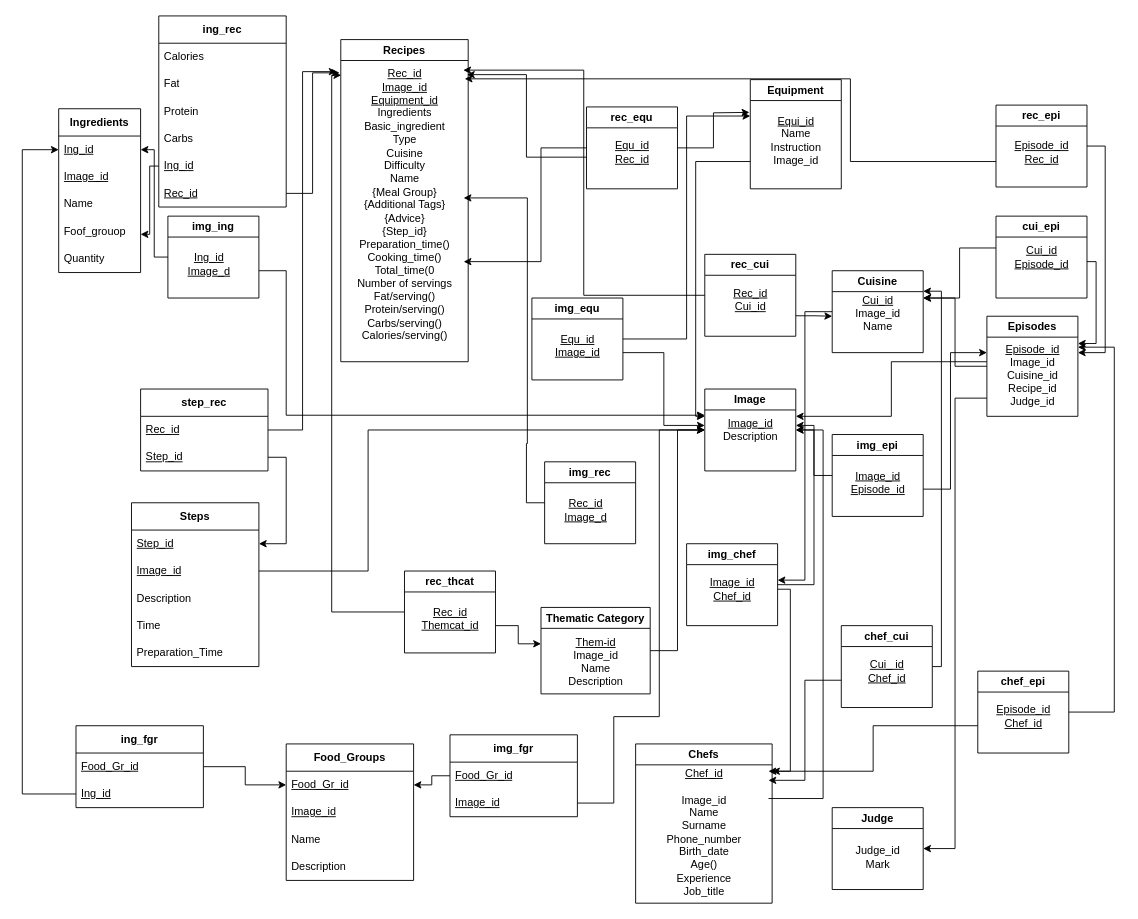
This is Relational Model.drawio from Stavriana/Databases, a draw.io file, before an edit. Source tidied: cells renumbered, new cells numbered last; positions are measured from the earlier drawing's top-left corner, leaving out a move shared by most shapes. Both pictures are drawn from the tidied source at 91%, with x=0, y=0 at pixel (22, 15).
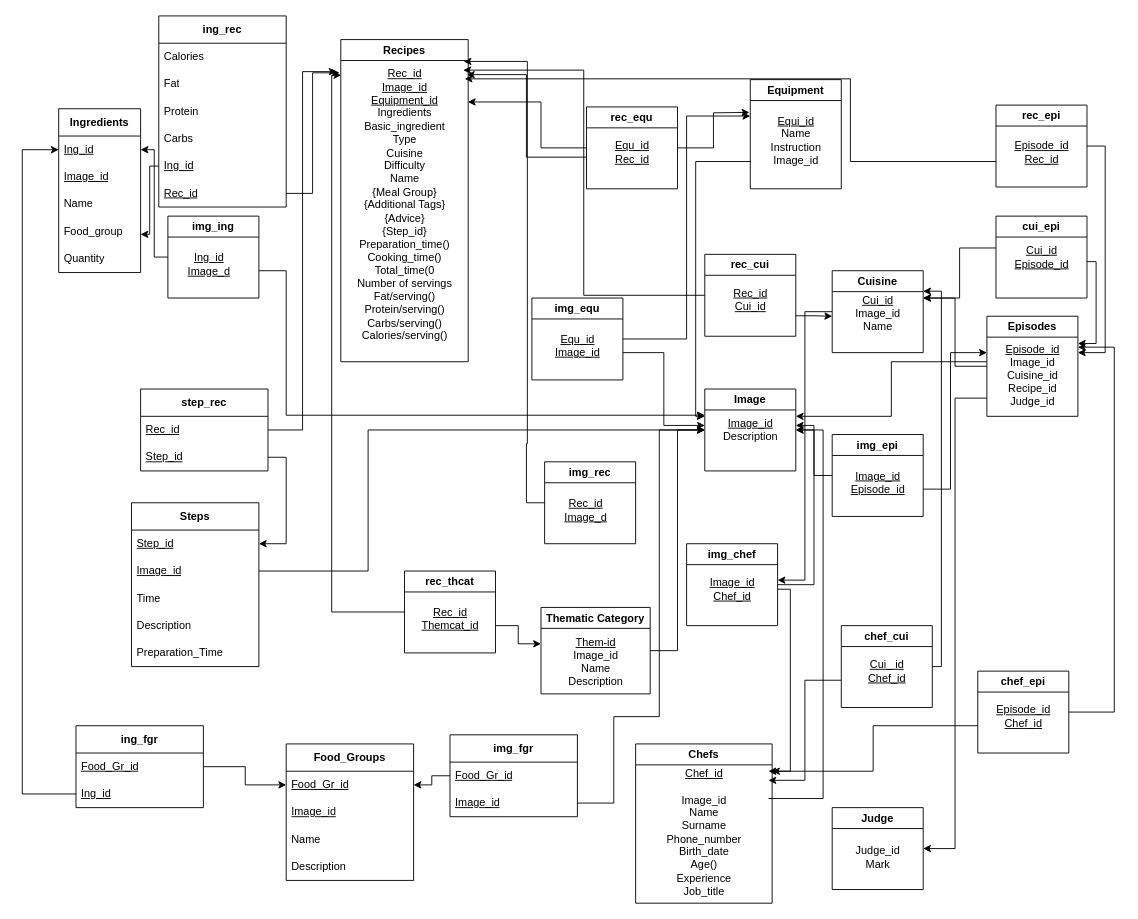
After the change.

Unchanged cells that the change refers to:
```xml
<mxCell id="5" value="rec_equ" style="swimlane;whiteSpace=wrap;html=1;" parent="1" vertex="1">
  <mxGeometry x="620" y="100" width="100" height="90" as="geometry" />
</mxCell>
<mxCell id="26" value="img_rec" style="swimlane;whiteSpace=wrap;html=1;" parent="1" vertex="1">
  <mxGeometry x="574" y="490" width="100" height="90" as="geometry" />
</mxCell>
<mxCell id="65" value="&lt;u&gt;Rec_id&lt;/u&gt;&lt;div&gt;&lt;u&gt;Image_id&lt;/u&gt;&lt;/div&gt;&lt;div&gt;&lt;u&gt;Equipment_id&lt;/u&gt;&lt;/div&gt;&lt;div&gt;Ingredients&lt;/div&gt;&lt;div&gt;Basic_ingredient&lt;/div&gt;&lt;div&gt;Type&lt;/div&gt;&lt;div&gt;Cuisine&lt;/div&gt;&lt;div&gt;Difficulty&lt;/div&gt;&lt;div&gt;Name&lt;/div&gt;&lt;div&gt;{Meal Group}&lt;/div&gt;&lt;div&gt;{Additional Tags}&lt;/div&gt;&lt;div&gt;{Advice}&lt;/div&gt;&lt;div&gt;{Step_id}&lt;/div&gt;&lt;div&gt;Preparation_time()&lt;/div&gt;&lt;div&gt;Cooking_time()&lt;/div&gt;&lt;div&gt;Total_time(0&lt;/div&gt;&lt;div&gt;Number of servings&lt;/div&gt;&lt;div&gt;Fat/serving()&lt;/div&gt;&lt;div&gt;Protein/serving()&lt;/div&gt;&lt;div&gt;Carbs/serving()&lt;/div&gt;&lt;div&gt;Calories/serving()&lt;/div&gt;&lt;div&gt;&lt;br&gt;&lt;/div&gt;" style="text;html=1;align=center;verticalAlign=middle;points=[];strokeColor=none;fillColor=none;" parent="64" vertex="1">
  <mxGeometry x="5" y="24" width="130" height="330" as="geometry" />
</mxCell>
<mxCell id="70" value="&lt;b&gt;Ingredients&lt;/b&gt;" style="swimlane;fontStyle=0;horizontal=1;startSize=30;whiteSpace=wrap;html=1;" parent="1" vertex="1">
  <mxGeometry x="40" y="102" width="90" height="180" as="geometry" />
</mxCell>
<mxCell id="89" value="&lt;b&gt;Steps&lt;/b&gt;" style="swimlane;fontStyle=0;horizontal=1;startSize=30;whiteSpace=wrap;html=1;" parent="1" vertex="1">
  <mxGeometry x="120" y="535" width="140" height="180" as="geometry" />
</mxCell>
```

Diff of the diagram source:
```diff
@@
-    <mxCell id="4" style="edgeStyle=elbowEdgeStyle;rounded=0;jettySize=auto;html=1;" parent="1" edge="1" source="5" target="65">
+    <mxCell id="4" style="edgeStyle=elbowEdgeStyle;rounded=0;jettySize=auto;html=1;entryX=1.036;entryY=0.135;entryDx=0;entryDy=0;entryPerimeter=0;" parent="1" edge="1" source="5" target="65">
       <mxGeometry relative="1" as="geometry">
         <Array as="points">
           <mxPoint x="570" y="270" />
         </Array>
       </mxGeometry>
     </mxCell>
@@
     <mxCell id="25" style="edgeStyle=orthogonalEdgeStyle;rounded=0;jettySize=auto;html=1;exitX=0;exitY=0.5;exitDx=0;exitDy=0;elbow=vertical;" parent="1" edge="1" source="26" target="65">
       <mxGeometry relative="1" as="geometry">
         <Array as="points">
           <mxPoint x="554" y="535" />
           <mxPoint x="554" y="470" />
           <mxPoint x="555" y="470" />
-          <mxPoint x="555" y="200" />
+          <mxPoint x="555" y="50" />
         </Array>
       </mxGeometry>
     </mxCell>
@@
-    <mxCell id="74" value="Foof_grouop" style="text;strokeColor=none;fillColor=none;align=left;verticalAlign=middle;spacingLeft=4;spacingRight=4;overflow=hidden;whiteSpace=wrap;html=1;" parent="70" vertex="1">
+    <mxCell id="74" value="Food_group" style="text;strokeColor=none;fillColor=none;align=left;verticalAlign=middle;spacingLeft=4;spacingRight=4;overflow=hidden;whiteSpace=wrap;html=1;" parent="70" vertex="1">
       <mxGeometry y="120" width="90" height="30" as="geometry" />
     </mxCell>
@@
+    <mxCell id="93" value="Time" style="text;strokeColor=none;fillColor=none;align=left;verticalAlign=middle;spacingLeft=4;spacingRight=4;overflow=hidden;whiteSpace=wrap;html=1;" parent="89" vertex="1">
+      <mxGeometry y="90" width="140" height="30" as="geometry" />
+    </mxCell>
     <mxCell id="92" value="Description" style="text;strokeColor=none;fillColor=none;align=left;verticalAlign=middle;spacingLeft=4;spacingRight=4;overflow=hidden;whiteSpace=wrap;html=1;" parent="89" vertex="1">
-      <mxGeometry y="90" width="140" height="30" as="geometry" />
+      <mxGeometry y="120" width="140" height="30" as="geometry" />
     </mxCell>
-    <mxCell id="93" value="Time" style="text;strokeColor=none;fillColor=none;align=left;verticalAlign=middle;spacingLeft=4;spacingRight=4;overflow=hidden;whiteSpace=wrap;html=1;" parent="89" vertex="1">
-      <mxGeometry y="120" width="140" height="30" as="geometry" />
-    </mxCell>
```
